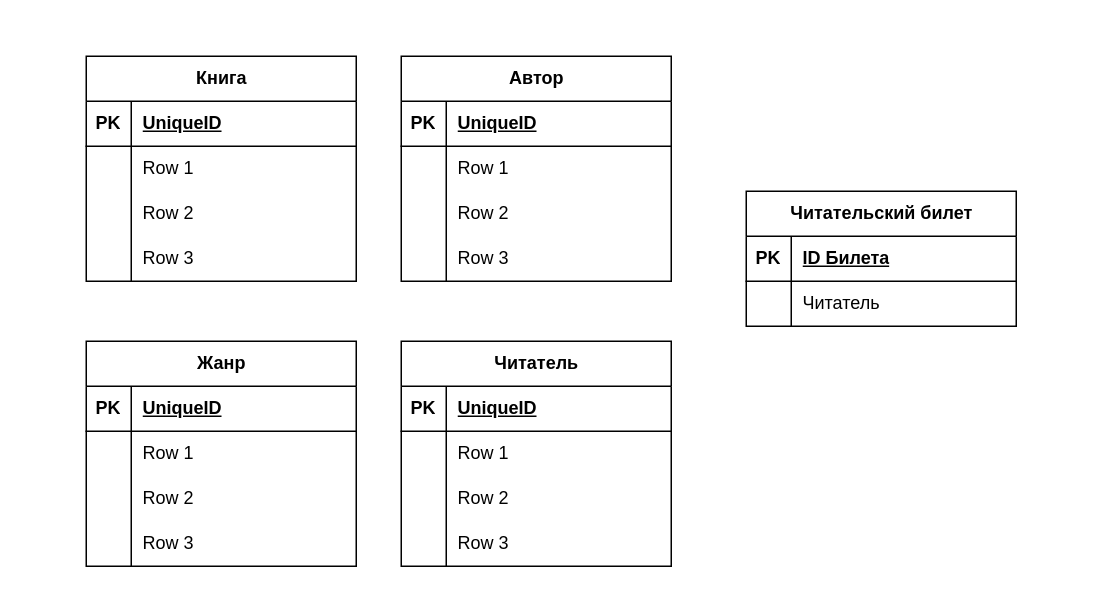
pytonuserouner/UML_study keeps this draw.io diagram as ER диаграмма для БД.drawio. Above is the earlier version. Source tidied: cells renumbered, new cells numbered last; positions are measured from the earlier drawing's top-left corner, leaving out a move shared by most shapes. Both pictures are drawn from the tidied source at 150%, with x=0, y=0 at pixel (86, 56).
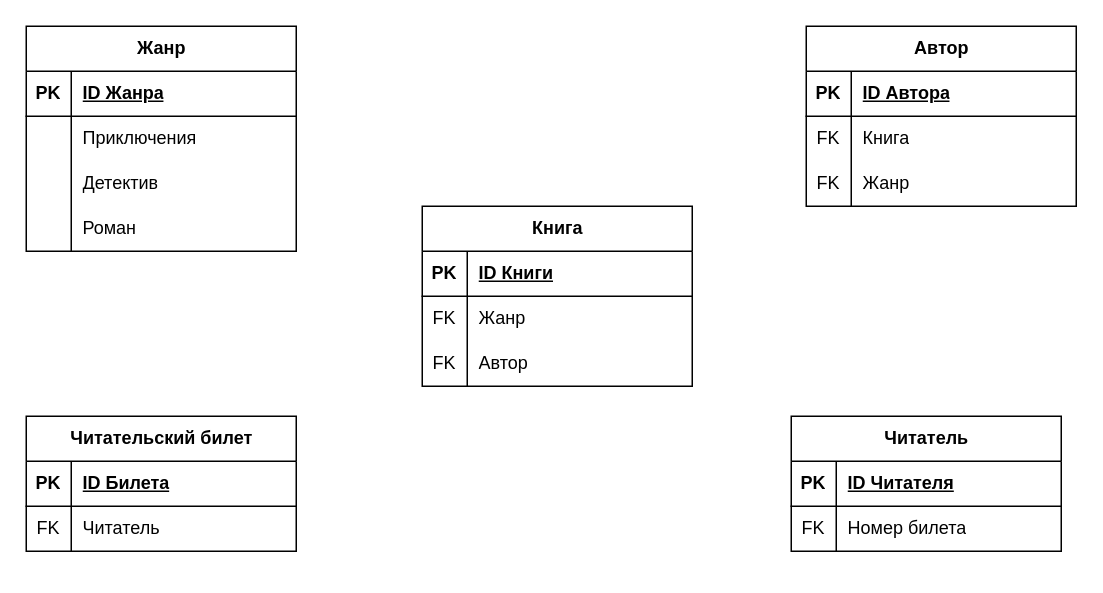
The same page after the edit.

The change refers to these unchanged cells:
```xml
<mxCell id="3" style="shape=tableRow;horizontal=0;startSize=0;swimlaneHead=0;swimlaneBody=0;fillColor=none;top=0;left=0;right=0;bottom=1;" parent="2" vertex="1">
  <mxGeometry y="30" width="180" height="30" as="geometry" />
</mxCell>
<mxCell id="6" style="shape=tableRow;horizontal=0;startSize=0;swimlaneHead=0;swimlaneBody=0;fillColor=none;top=0;left=0;right=0;bottom=0;" parent="2" vertex="1">
  <mxGeometry y="60" width="180" height="30" as="geometry" />
</mxCell>
<mxCell id="9" style="shape=tableRow;horizontal=0;startSize=0;swimlaneHead=0;swimlaneBody=0;fillColor=none;top=0;left=0;right=0;bottom=0;" parent="2" vertex="1">
  <mxGeometry y="90" width="180" height="30" as="geometry" />
</mxCell>
<mxCell id="16" style="shape=tableRow;horizontal=0;startSize=0;swimlaneHead=0;swimlaneBody=0;fillColor=none;top=0;left=0;right=0;bottom=1;" parent="15" vertex="1">
  <mxGeometry y="30" width="180" height="30" as="geometry" />
</mxCell>
<mxCell id="19" style="shape=tableRow;horizontal=0;startSize=0;swimlaneHead=0;swimlaneBody=0;fillColor=none;top=0;left=0;right=0;bottom=0;" parent="15" vertex="1">
  <mxGeometry y="60" width="180" height="30" as="geometry" />
</mxCell>
<mxCell id="22" style="shape=tableRow;horizontal=0;startSize=0;swimlaneHead=0;swimlaneBody=0;fillColor=none;top=0;left=0;right=0;bottom=0;" parent="15" vertex="1">
  <mxGeometry y="90" width="180" height="30" as="geometry" />
</mxCell>
<mxCell id="29" style="shape=tableRow;horizontal=0;startSize=0;swimlaneHead=0;swimlaneBody=0;fillColor=none;top=0;left=0;right=0;bottom=1;" parent="28" vertex="1">
  <mxGeometry y="30" width="180" height="30" as="geometry" />
</mxCell>
<mxCell id="32" style="shape=tableRow;horizontal=0;startSize=0;swimlaneHead=0;swimlaneBody=0;fillColor=none;top=0;left=0;right=0;bottom=0;" parent="28" vertex="1">
  <mxGeometry y="60" width="180" height="30" as="geometry" />
</mxCell>
<mxCell id="35" style="shape=tableRow;horizontal=0;startSize=0;swimlaneHead=0;swimlaneBody=0;fillColor=none;top=0;left=0;right=0;bottom=0;" parent="28" vertex="1">
  <mxGeometry y="90" width="180" height="30" as="geometry" />
</mxCell>
<mxCell id="38" style="shape=tableRow;horizontal=0;startSize=0;swimlaneHead=0;swimlaneBody=0;fillColor=none;top=0;left=0;right=0;bottom=0;" parent="28" vertex="1">
  <mxGeometry y="120" width="180" height="30" as="geometry" />
</mxCell>
<mxCell id="42" style="shape=tableRow;horizontal=0;startSize=0;swimlaneHead=0;swimlaneBody=0;fillColor=none;top=0;left=0;right=0;bottom=1;" parent="41" vertex="1">
  <mxGeometry y="30" width="180" height="30" as="geometry" />
</mxCell>
<mxCell id="45" style="shape=tableRow;horizontal=0;startSize=0;swimlaneHead=0;swimlaneBody=0;fillColor=none;top=0;left=0;right=0;bottom=0;" parent="41" vertex="1">
  <mxGeometry y="60" width="180" height="30" as="geometry" />
</mxCell>
<mxCell id="58" style="shape=tableRow;horizontal=0;startSize=0;swimlaneHead=0;swimlaneBody=0;fillColor=none;top=0;left=0;right=0;bottom=0;" parent="54" vertex="1">
  <mxGeometry y="60" width="180" height="30" as="geometry" />
</mxCell>
```

The edit, as a diff of the source:
```diff
@@
     <mxCell id="2" value="Книга" style="shape=table;startSize=30;childLayout=tableLayout;rowLines=0;fontStyle=1;align=center;html=1;" parent="1" vertex="1">
-      <mxGeometry width="180" height="150" as="geometry" />
+      <mxGeometry x="224" y="100" width="180" height="120" as="geometry" />
     </mxCell>
@@
-    <mxCell id="5" value="UniqueID" style="shape=partialRectangle;fillColor=none;top=0;left=0;bottom=0;right=0;align=left;spacingLeft=6;fontStyle=5;overflow=hidden;whiteSpace=wrap;html=1;" parent="3" vertex="1">
+    <mxCell id="5" value="ID Книги" style="shape=partialRectangle;fillColor=none;top=0;left=0;bottom=0;right=0;align=left;spacingLeft=6;fontStyle=5;overflow=hidden;whiteSpace=wrap;html=1;" parent="3" vertex="1">
       <mxGeometry x="30" width="150" height="30" as="geometry" />
     </mxCell>
@@
-    <mxCell id="7" style="shape=partialRectangle;fillColor=none;top=0;left=0;bottom=0;right=0;overflow=hidden;whiteSpace=wrap;html=1;" parent="6" vertex="1">
+    <mxCell id="7" value="FK" style="shape=partialRectangle;fillColor=none;top=0;left=0;bottom=0;right=0;overflow=hidden;whiteSpace=wrap;html=1;" parent="6" vertex="1">
       <mxGeometry width="30" height="30" as="geometry" />
     </mxCell>
-    <mxCell id="8" value="Row 1" style="shape=partialRectangle;fillColor=none;top=0;left=0;bottom=0;right=0;align=left;spacingLeft=6;overflow=hidden;whiteSpace=wrap;html=1;" parent="6" vertex="1">
+    <mxCell id="8" value="Жанр" style="shape=partialRectangle;fillColor=none;top=0;left=0;bottom=0;right=0;align=left;spacingLeft=6;overflow=hidden;whiteSpace=wrap;html=1;" parent="6" vertex="1">
       <mxGeometry x="30" width="150" height="30" as="geometry" />
     </mxCell>
@@
-    <mxCell id="10" style="shape=partialRectangle;fillColor=none;top=0;left=0;bottom=0;right=0;overflow=hidden;whiteSpace=wrap;html=1;" parent="9" vertex="1">
+    <mxCell id="10" value="FK" style="shape=partialRectangle;fillColor=none;top=0;left=0;bottom=0;right=0;overflow=hidden;whiteSpace=wrap;html=1;" parent="9" vertex="1">
       <mxGeometry width="30" height="30" as="geometry" />
     </mxCell>
-    <mxCell id="11" value="Row 2" style="shape=partialRectangle;fillColor=none;top=0;left=0;bottom=0;right=0;align=left;spacingLeft=6;overflow=hidden;whiteSpace=wrap;html=1;" parent="9" vertex="1">
+    <mxCell id="11" value="Автор" style="shape=partialRectangle;fillColor=none;top=0;left=0;bottom=0;right=0;align=left;spacingLeft=6;overflow=hidden;whiteSpace=wrap;html=1;" parent="9" vertex="1">
       <mxGeometry x="30" width="150" height="30" as="geometry" />
     </mxCell>
-    <mxCell id="12" style="shape=tableRow;horizontal=0;startSize=0;swimlaneHead=0;swimlaneBody=0;fillColor=none;top=0;left=0;right=0;bottom=0;" parent="2" vertex="1">
-      <mxGeometry y="120" width="180" height="30" as="geometry" />
-    </mxCell>
-    <mxCell id="13" style="shape=partialRectangle;fillColor=none;top=0;left=0;bottom=0;right=0;overflow=hidden;whiteSpace=wrap;html=1;" parent="12" vertex="1">
-      <mxGeometry width="30" height="30" as="geometry" />
-    </mxCell>
-    <mxCell id="14" value="Row 3" style="shape=partialRectangle;fillColor=none;top=0;left=0;bottom=0;right=0;align=left;spacingLeft=6;overflow=hidden;whiteSpace=wrap;html=1;" parent="12" vertex="1">
-      <mxGeometry x="30" width="150" height="30" as="geometry" />
-    </mxCell>
     <mxCell id="15" value="Автор" style="shape=table;startSize=30;childLayout=tableLayout;rowLines=0;fontStyle=1;align=center;html=1;" parent="1" vertex="1">
-      <mxGeometry x="210" width="180" height="150" as="geometry" />
+      <mxGeometry x="480" y="-20" width="180" height="120" as="geometry" />
     </mxCell>
@@
-    <mxCell id="18" value="UniqueID" style="shape=partialRectangle;fillColor=none;top=0;left=0;bottom=0;right=0;align=left;spacingLeft=6;fontStyle=5;overflow=hidden;whiteSpace=wrap;html=1;" parent="16" vertex="1">
+    <mxCell id="18" value="ID Автора" style="shape=partialRectangle;fillColor=none;top=0;left=0;bottom=0;right=0;align=left;spacingLeft=6;fontStyle=5;overflow=hidden;whiteSpace=wrap;html=1;" parent="16" vertex="1">
       <mxGeometry x="30" width="150" height="30" as="geometry" />
     </mxCell>
@@
-    <mxCell id="20" style="shape=partialRectangle;fillColor=none;top=0;left=0;bottom=0;right=0;overflow=hidden;whiteSpace=wrap;html=1;" parent="19" vertex="1">
+    <mxCell id="20" value="FK" style="shape=partialRectangle;fillColor=none;top=0;left=0;bottom=0;right=0;overflow=hidden;whiteSpace=wrap;html=1;" parent="19" vertex="1">
       <mxGeometry width="30" height="30" as="geometry" />
     </mxCell>
-    <mxCell id="21" value="Row 1" style="shape=partialRectangle;fillColor=none;top=0;left=0;bottom=0;right=0;align=left;spacingLeft=6;overflow=hidden;whiteSpace=wrap;html=1;" parent="19" vertex="1">
+    <mxCell id="21" value="Книга" style="shape=partialRectangle;fillColor=none;top=0;left=0;bottom=0;right=0;align=left;spacingLeft=6;overflow=hidden;whiteSpace=wrap;html=1;" parent="19" vertex="1">
       <mxGeometry x="30" width="150" height="30" as="geometry" />
     </mxCell>
@@
-    <mxCell id="23" style="shape=partialRectangle;fillColor=none;top=0;left=0;bottom=0;right=0;overflow=hidden;whiteSpace=wrap;html=1;" parent="22" vertex="1">
+    <mxCell id="23" value="FK" style="shape=partialRectangle;fillColor=none;top=0;left=0;bottom=0;right=0;overflow=hidden;whiteSpace=wrap;html=1;" parent="22" vertex="1">
       <mxGeometry width="30" height="30" as="geometry" />
     </mxCell>
-    <mxCell id="24" value="Row 2" style="shape=partialRectangle;fillColor=none;top=0;left=0;bottom=0;right=0;align=left;spacingLeft=6;overflow=hidden;whiteSpace=wrap;html=1;" parent="22" vertex="1">
+    <mxCell id="24" value="Жанр" style="shape=partialRectangle;fillColor=none;top=0;left=0;bottom=0;right=0;align=left;spacingLeft=6;overflow=hidden;whiteSpace=wrap;html=1;" parent="22" vertex="1">
       <mxGeometry x="30" width="150" height="30" as="geometry" />
     </mxCell>
-    <mxCell id="25" style="shape=tableRow;horizontal=0;startSize=0;swimlaneHead=0;swimlaneBody=0;fillColor=none;top=0;left=0;right=0;bottom=0;" parent="15" vertex="1">
-      <mxGeometry y="120" width="180" height="30" as="geometry" />
-    </mxCell>
-    <mxCell id="26" style="shape=partialRectangle;fillColor=none;top=0;left=0;bottom=0;right=0;overflow=hidden;whiteSpace=wrap;html=1;" parent="25" vertex="1">
-      <mxGeometry width="30" height="30" as="geometry" />
-    </mxCell>
-    <mxCell id="27" value="Row 3" style="shape=partialRectangle;fillColor=none;top=0;left=0;bottom=0;right=0;align=left;spacingLeft=6;overflow=hidden;whiteSpace=wrap;html=1;" parent="25" vertex="1">
-      <mxGeometry x="30" width="150" height="30" as="geometry" />
-    </mxCell>
     <mxCell id="28" value="Жанр" style="shape=table;startSize=30;childLayout=tableLayout;rowLines=0;fontStyle=1;align=center;html=1;" parent="1" vertex="1">
-      <mxGeometry y="190" width="180" height="150" as="geometry" />
+      <mxGeometry x="-40" y="-20" width="180" height="150" as="geometry" />
     </mxCell>
@@
-    <mxCell id="31" value="UniqueID" style="shape=partialRectangle;fillColor=none;top=0;left=0;bottom=0;right=0;align=left;spacingLeft=6;fontStyle=5;overflow=hidden;whiteSpace=wrap;html=1;" parent="29" vertex="1">
+    <mxCell id="31" value="ID Жанра" style="shape=partialRectangle;fillColor=none;top=0;left=0;bottom=0;right=0;align=left;spacingLeft=6;fontStyle=5;overflow=hidden;whiteSpace=wrap;html=1;" parent="29" vertex="1">
       <mxGeometry x="30" width="150" height="30" as="geometry" />
     </mxCell>
@@
-    <mxCell id="34" value="Row 1" style="shape=partialRectangle;fillColor=none;top=0;left=0;bottom=0;right=0;align=left;spacingLeft=6;overflow=hidden;whiteSpace=wrap;html=1;" parent="32" vertex="1">
+    <mxCell id="34" value="Приключения" style="shape=partialRectangle;fillColor=none;top=0;left=0;bottom=0;right=0;align=left;spacingLeft=6;overflow=hidden;whiteSpace=wrap;html=1;" parent="32" vertex="1">
       <mxGeometry x="30" width="150" height="30" as="geometry" />
     </mxCell>
@@
-    <mxCell id="37" value="Row 2" style="shape=partialRectangle;fillColor=none;top=0;left=0;bottom=0;right=0;align=left;spacingLeft=6;overflow=hidden;whiteSpace=wrap;html=1;" parent="35" vertex="1">
+    <mxCell id="37" value="Детектив" style="shape=partialRectangle;fillColor=none;top=0;left=0;bottom=0;right=0;align=left;spacingLeft=6;overflow=hidden;whiteSpace=wrap;html=1;" parent="35" vertex="1">
       <mxGeometry x="30" width="150" height="30" as="geometry" />
     </mxCell>
@@
-    <mxCell id="40" value="Row 3" style="shape=partialRectangle;fillColor=none;top=0;left=0;bottom=0;right=0;align=left;spacingLeft=6;overflow=hidden;whiteSpace=wrap;html=1;" parent="38" vertex="1">
+    <mxCell id="40" value="Роман" style="shape=partialRectangle;fillColor=none;top=0;left=0;bottom=0;right=0;align=left;spacingLeft=6;overflow=hidden;whiteSpace=wrap;html=1;" parent="38" vertex="1">
       <mxGeometry x="30" width="150" height="30" as="geometry" />
     </mxCell>
     <mxCell id="41" value="Читатель" style="shape=table;startSize=30;childLayout=tableLayout;rowLines=0;fontStyle=1;align=center;html=1;" parent="1" vertex="1">
-      <mxGeometry x="210" y="190" width="180" height="150" as="geometry" />
+      <mxGeometry x="470" y="240" width="180" height="90" as="geometry" />
     </mxCell>
@@
-    <mxCell id="44" value="UniqueID" style="shape=partialRectangle;fillColor=none;top=0;left=0;bottom=0;right=0;align=left;spacingLeft=6;fontStyle=5;overflow=hidden;whiteSpace=wrap;html=1;" parent="42" vertex="1">
+    <mxCell id="44" value="ID Читателя" style="shape=partialRectangle;fillColor=none;top=0;left=0;bottom=0;right=0;align=left;spacingLeft=6;fontStyle=5;overflow=hidden;whiteSpace=wrap;html=1;" parent="42" vertex="1">
       <mxGeometry x="30" width="150" height="30" as="geometry" />
     </mxCell>
@@
-    <mxCell id="46" style="shape=partialRectangle;fillColor=none;top=0;left=0;bottom=0;right=0;overflow=hidden;whiteSpace=wrap;html=1;" parent="45" vertex="1">
+    <mxCell id="46" value="FK" style="shape=partialRectangle;fillColor=none;top=0;left=0;bottom=0;right=0;overflow=hidden;whiteSpace=wrap;html=1;" parent="45" vertex="1">
       <mxGeometry width="30" height="30" as="geometry" />
     </mxCell>
-    <mxCell id="47" value="Row 1" style="shape=partialRectangle;fillColor=none;top=0;left=0;bottom=0;right=0;align=left;spacingLeft=6;overflow=hidden;whiteSpace=wrap;html=1;" parent="45" vertex="1">
+    <mxCell id="47" value="Номер билета" style="shape=partialRectangle;fillColor=none;top=0;left=0;bottom=0;right=0;align=left;spacingLeft=6;overflow=hidden;whiteSpace=wrap;html=1;" parent="45" vertex="1">
       <mxGeometry x="30" width="150" height="30" as="geometry" />
     </mxCell>
-    <mxCell id="48" style="shape=tableRow;horizontal=0;startSize=0;swimlaneHead=0;swimlaneBody=0;fillColor=none;top=0;left=0;right=0;bottom=0;" parent="41" vertex="1">
-      <mxGeometry y="90" width="180" height="30" as="geometry" />
-    </mxCell>
-    <mxCell id="49" style="shape=partialRectangle;fillColor=none;top=0;left=0;bottom=0;right=0;overflow=hidden;whiteSpace=wrap;html=1;" parent="48" vertex="1">
-      <mxGeometry width="30" height="30" as="geometry" />
-    </mxCell>
-    <mxCell id="50" value="Row 2" style="shape=partialRectangle;fillColor=none;top=0;left=0;bottom=0;right=0;align=left;spacingLeft=6;overflow=hidden;whiteSpace=wrap;html=1;" parent="48" vertex="1">
-      <mxGeometry x="30" width="150" height="30" as="geometry" />
-    </mxCell>
-    <mxCell id="51" style="shape=tableRow;horizontal=0;startSize=0;swimlaneHead=0;swimlaneBody=0;fillColor=none;top=0;left=0;right=0;bottom=0;" parent="41" vertex="1">
-      <mxGeometry y="120" width="180" height="30" as="geometry" />
-    </mxCell>
-    <mxCell id="52" style="shape=partialRectangle;fillColor=none;top=0;left=0;bottom=0;right=0;overflow=hidden;whiteSpace=wrap;html=1;" parent="51" vertex="1">
-      <mxGeometry width="30" height="30" as="geometry" />
-    </mxCell>
-    <mxCell id="53" value="Row 3" style="shape=partialRectangle;fillColor=none;top=0;left=0;bottom=0;right=0;align=left;spacingLeft=6;overflow=hidden;whiteSpace=wrap;html=1;" parent="51" vertex="1">
-      <mxGeometry x="30" width="150" height="30" as="geometry" />
-    </mxCell>
     <mxCell id="54" value="Читательский билет" style="shape=table;startSize=30;childLayout=tableLayout;rowLines=0;fontStyle=1;align=center;html=1;" parent="1" vertex="1">
-      <mxGeometry x="440" y="90" width="180" height="90" as="geometry" />
+      <mxGeometry x="-40" y="240" width="180" height="90" as="geometry" />
     </mxCell>
@@
-    <mxCell id="59" style="shape=partialRectangle;fillColor=none;top=0;left=0;bottom=0;right=0;overflow=hidden;whiteSpace=wrap;html=1;" parent="58" vertex="1">
+    <mxCell id="59" value="FK" style="shape=partialRectangle;fillColor=none;top=0;left=0;bottom=0;right=0;overflow=hidden;whiteSpace=wrap;html=1;" parent="58" vertex="1">
       <mxGeometry width="30" height="30" as="geometry" />
     </mxCell>
```
